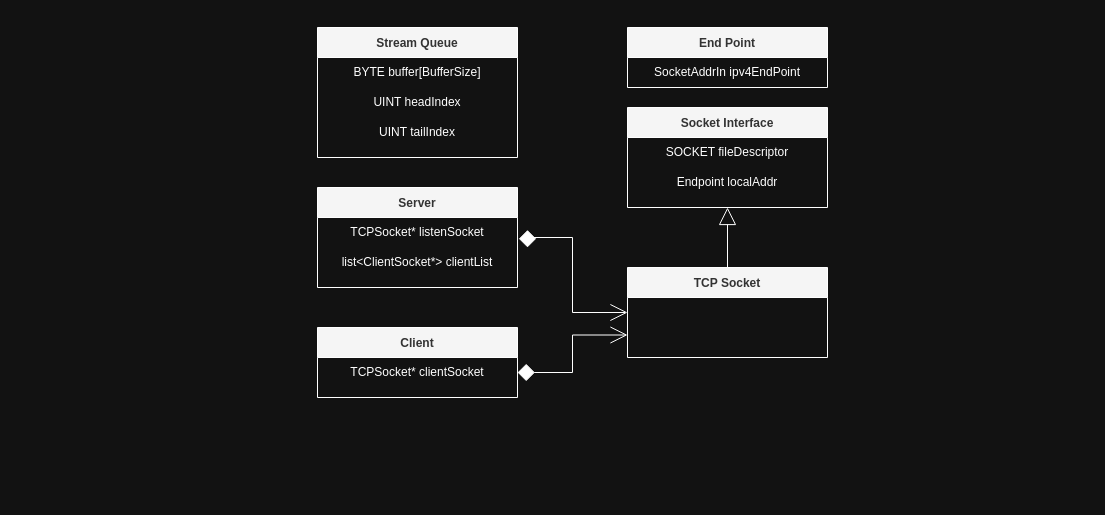
Above: Diagram.drawio in CrustPizza/ServerStudy (draw.io), before the change. Source tidied: cells renumbered, new cells numbered last; positions are measured from the earlier drawing's top-left corner, leaving out a move shared by most shapes. Both pictures are drawn from the tidied source at 100%, with x=0, y=0 at pixel (317, 27).
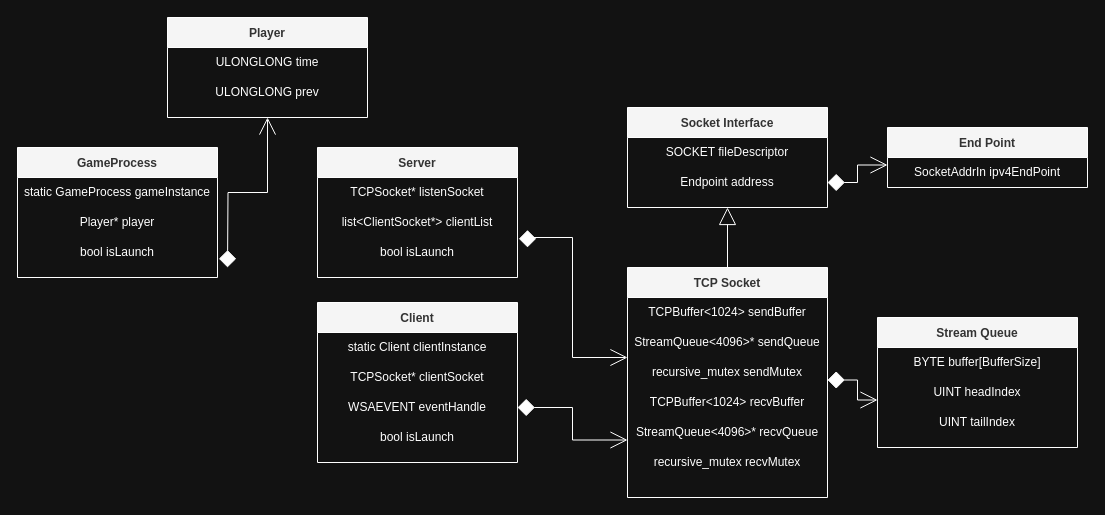
Above is the later version.

Commit message (it also covers changes not shown here):
Diagram, ReadMe 업데이트

The change refers to these unchanged cells:
```xml
<mxCell id="4" value="UINT headIndex" style="text;html=1;strokeColor=none;fillColor=none;align=center;verticalAlign=middle;whiteSpace=wrap;rounded=0;fontColor=#FFFFFF;" parent="2" vertex="1">
  <mxGeometry y="60" width="200" height="30" as="geometry" />
</mxCell>
<mxCell id="12" value="Socket Interface" style="swimlane;startSize=30;fillColor=#f5f5f5;strokeColor=#FFFFFF;fontColor=#333333;" parent="1" vertex="1">
  <mxGeometry x="310" y="80" width="200" height="100" as="geometry" />
</mxCell>
<mxCell id="16" value="SocketAddrIn ipv4EndPoint" style="text;html=1;strokeColor=none;fillColor=none;align=center;verticalAlign=middle;whiteSpace=wrap;rounded=0;fontColor=#FFFFFF;" parent="15" vertex="1">
  <mxGeometry y="30" width="200" height="30" as="geometry" />
</mxCell>
```

Change to the diagram source:
```diff
@@
     <mxCell id="2" value="Stream Queue" style="swimlane;startSize=30;fillColor=#f5f5f5;strokeColor=#FFFFFF;fontColor=#333333;labelBackgroundColor=none;" parent="1" vertex="1">
-      <mxGeometry width="200" height="130" as="geometry" />
+      <mxGeometry x="560" y="290" width="200" height="130" as="geometry" />
     </mxCell>
@@
-    <mxCell id="6" style="edgeStyle=orthogonalEdgeStyle;rounded=0;jettySize=auto;html=1;entryX=0;entryY=0.5;entryDx=0;entryDy=0;startArrow=diamond;startFill=1;endArrow=open;endFill=0;startSize=15;endSize=15;targetPerimeterSpacing=0;strokeWidth=1;labelBackgroundColor=#283618;strokeColor=#FFFFFF;fontColor=#FEFAE0;" parent="1" edge="1" target="11">
+    <mxCell id="6" style="edgeStyle=orthogonalEdgeStyle;rounded=0;jettySize=auto;html=1;entryX=0;entryY=1;entryDx=0;entryDy=0;startArrow=diamond;startFill=1;endArrow=open;endFill=0;startSize=15;endSize=15;targetPerimeterSpacing=0;strokeWidth=1;labelBackgroundColor=#283618;strokeColor=#FFFFFF;fontColor=#FEFAE0;" parent="1" edge="1" target="23">
       <mxGeometry relative="1" as="geometry">
         <mxPoint x="210" y="220" as="sourcePoint" />
         <Array as="points">
           <mxPoint x="210" y="210" />
           <mxPoint x="255" y="210" />
-          <mxPoint x="255" y="285" />
+          <mxPoint x="255" y="330" />
         </Array>
       </mxGeometry>
     </mxCell>
     <mxCell id="7" value="Server" style="swimlane;startSize=30;fillColor=#f5f5f5;strokeColor=#FFFFFF;fontColor=#333333;" parent="1" vertex="1">
-      <mxGeometry y="160" width="200" height="100" as="geometry" />
+      <mxGeometry y="120" width="200" height="130" as="geometry" />
     </mxCell>
@@
+    <mxCell id="20" value="bool isLaunch" style="text;html=1;strokeColor=none;fillColor=none;align=center;verticalAlign=middle;whiteSpace=wrap;rounded=0;fontColor=#FFFFFF;" parent="7" vertex="1">
+      <mxGeometry y="90" width="200" height="30" as="geometry" />
+    </mxCell>
@@
+    <mxCell id="21" style="edgeStyle=orthogonalEdgeStyle;rounded=0;jettySize=auto;html=1;exitX=1;exitY=0.75;exitDx=0;exitDy=0;entryX=0;entryY=0.75;entryDx=0;entryDy=0;fontColor=#FFFFFF;strokeColor=#FFFFFF;endSize=15;startSize=15;endArrow=open;endFill=0;startArrow=diamond;startFill=1;" parent="1" edge="1" source="24" target="4">
+      <mxGeometry relative="1" as="geometry">
+        <Array as="points">
+          <mxPoint x="540" y="353" />
+          <mxPoint x="540" y="373" />
+        </Array>
+      </mxGeometry>
+    </mxCell>
     <mxCell id="11" value="TCP Socket" style="swimlane;startSize=30;fillColor=#f5f5f5;strokeColor=#FFFFFF;fontColor=#333333;" parent="1" vertex="1">
-      <mxGeometry x="310" y="240" width="200" height="90" as="geometry" />
+      <mxGeometry x="310" y="240" width="200" height="230" as="geometry" />
     </mxCell>
+    <mxCell id="22" value="&lt;font color=&quot;#ffffff&quot;&gt;TCPBuffer&amp;lt;1024&amp;gt; sendBuffer&lt;/font&gt;" style="text;html=1;strokeColor=none;fillColor=none;align=center;verticalAlign=middle;whiteSpace=wrap;rounded=0;" parent="11" vertex="1">
+      <mxGeometry y="30" width="200" height="30" as="geometry" />
+    </mxCell>
+    <mxCell id="23" value="&lt;font color=&quot;#ffffff&quot;&gt;StreamQueue&amp;lt;4096&amp;gt;* sendQueue&lt;/font&gt;" style="text;html=1;strokeColor=none;fillColor=none;align=center;verticalAlign=middle;whiteSpace=wrap;rounded=0;" parent="11" vertex="1">
+      <mxGeometry y="60" width="200" height="30" as="geometry" />
+    </mxCell>
+    <mxCell id="24" value="&lt;font color=&quot;#ffffff&quot;&gt;recursive_mutex sendMutex&lt;/font&gt;" style="text;html=1;strokeColor=none;fillColor=none;align=center;verticalAlign=middle;whiteSpace=wrap;rounded=0;" parent="11" vertex="1">
+      <mxGeometry y="90" width="200" height="30" as="geometry" />
+    </mxCell>
+    <mxCell id="25" value="&lt;font color=&quot;#ffffff&quot;&gt;TCPBuffer&amp;lt;1024&amp;gt; recvBuffer&lt;/font&gt;" style="text;html=1;strokeColor=none;fillColor=none;align=center;verticalAlign=middle;whiteSpace=wrap;rounded=0;" parent="11" vertex="1">
+      <mxGeometry y="120" width="200" height="30" as="geometry" />
+    </mxCell>
+    <mxCell id="26" value="&lt;font color=&quot;#ffffff&quot;&gt;StreamQueue&amp;lt;4096&amp;gt;* recvQueue&lt;/font&gt;" style="text;html=1;strokeColor=none;fillColor=none;align=center;verticalAlign=middle;whiteSpace=wrap;rounded=0;" parent="11" vertex="1">
+      <mxGeometry y="150" width="200" height="30" as="geometry" />
+    </mxCell>
+    <mxCell id="27" value="&lt;font color=&quot;#ffffff&quot;&gt;recursive_mutex recvMutex&lt;/font&gt;" style="text;html=1;strokeColor=none;fillColor=none;align=center;verticalAlign=middle;whiteSpace=wrap;rounded=0;" parent="11" vertex="1">
+      <mxGeometry y="180" width="200" height="30" as="geometry" />
+    </mxCell>
+    <mxCell id="28" style="edgeStyle=orthogonalEdgeStyle;rounded=0;jettySize=auto;html=1;exitX=1;exitY=0.5;exitDx=0;exitDy=0;entryX=0;entryY=0.25;entryDx=0;entryDy=0;fontColor=#FFFFFF;startArrow=diamond;startFill=1;endArrow=open;endFill=0;startSize=15;endSize=15;strokeColor=#FFFFFF;" parent="1" edge="1" source="14" target="16">
+      <mxGeometry relative="1" as="geometry" />
+    </mxCell>
@@
-    <mxCell id="14" value="Endpoint localAddr" style="text;html=1;strokeColor=none;fillColor=none;align=center;verticalAlign=middle;whiteSpace=wrap;rounded=0;fontColor=#FFFFFF;" parent="12" vertex="1">
+    <mxCell id="14" value="Endpoint address" style="text;html=1;strokeColor=none;fillColor=none;align=center;verticalAlign=middle;whiteSpace=wrap;rounded=0;fontColor=#FFFFFF;" parent="12" vertex="1">
       <mxGeometry y="60" width="200" height="30" as="geometry" />
     </mxCell>
     <mxCell id="15" value="End Point" style="swimlane;startSize=30;fillColor=#f5f5f5;strokeColor=#FFFFFF;fontColor=#333333;" parent="1" vertex="1">
-      <mxGeometry x="310" width="200" height="60" as="geometry" />
+      <mxGeometry x="570" y="100" width="200" height="60" as="geometry" />
     </mxCell>
@@
-    <mxCell id="17" style="edgeStyle=orthogonalEdgeStyle;rounded=0;jettySize=auto;html=1;exitX=1;exitY=0.5;exitDx=0;exitDy=0;entryX=0;entryY=0.75;entryDx=0;entryDy=0;startArrow=diamond;startFill=1;endArrow=open;endFill=0;startSize=15;endSize=15;targetPerimeterSpacing=0;strokeWidth=1;labelBackgroundColor=#283618;strokeColor=#FFFFFF;fontColor=#FEFAE0;" parent="1" edge="1" source="19" target="11">
+    <mxCell id="17" style="edgeStyle=orthogonalEdgeStyle;rounded=0;jettySize=auto;html=1;exitX=1;exitY=0.5;exitDx=0;exitDy=0;entryX=0;entryY=0.75;entryDx=0;entryDy=0;startArrow=diamond;startFill=1;endArrow=open;endFill=0;startSize=15;endSize=15;targetPerimeterSpacing=0;strokeWidth=1;labelBackgroundColor=#283618;strokeColor=#FFFFFF;fontColor=#FEFAE0;" parent="1" edge="1" source="29" target="11">
       <mxGeometry relative="1" as="geometry" />
     </mxCell>
     <mxCell id="18" value="Client" style="swimlane;startSize=30;fillColor=#f5f5f5;strokeColor=#FFFFFF;fontColor=#333333;" parent="1" vertex="1">
-      <mxGeometry y="300" width="200" height="70" as="geometry" />
+      <mxGeometry y="275" width="200" height="160" as="geometry" />
     </mxCell>
-    <mxCell id="19" value="TCPSocket* clientSocket" style="text;html=1;strokeColor=none;fillColor=none;align=center;verticalAlign=middle;whiteSpace=wrap;rounded=0;fontColor=#FFFFFF;" parent="1" vertex="1">
-      <mxGeometry y="330" width="200" height="30" as="geometry" />
+    <mxCell id="19" value="TCPSocket* clientSocket" style="text;html=1;strokeColor=none;fillColor=none;align=center;verticalAlign=middle;whiteSpace=wrap;rounded=0;fontColor=#FFFFFF;" parent="18" vertex="1">
+      <mxGeometry y="60" width="200" height="30" as="geometry" />
     </mxCell>
+    <mxCell id="29" value="WSAEVENT eventHandle" style="text;html=1;strokeColor=none;fillColor=none;align=center;verticalAlign=middle;whiteSpace=wrap;rounded=0;fontColor=#FFFFFF;" parent="18" vertex="1">
+      <mxGeometry y="90" width="200" height="30" as="geometry" />
+    </mxCell>
+    <mxCell id="30" value="bool isLaunch" style="text;html=1;strokeColor=none;fillColor=none;align=center;verticalAlign=middle;whiteSpace=wrap;rounded=0;fontColor=#FFFFFF;" parent="18" vertex="1">
+      <mxGeometry y="120" width="200" height="30" as="geometry" />
+    </mxCell>
+    <mxCell id="31" value="static Client clientInstance" style="text;html=1;strokeColor=none;fillColor=none;align=center;verticalAlign=middle;whiteSpace=wrap;rounded=0;fontColor=#FFFFFF;" parent="18" vertex="1">
+      <mxGeometry y="30" width="200" height="30" as="geometry" />
+    </mxCell>
+    <mxCell id="32" style="edgeStyle=orthogonalEdgeStyle;rounded=0;jettySize=auto;html=1;entryX=0.5;entryY=1;entryDx=0;entryDy=0;fontColor=#FFFFFF;startArrow=diamond;startFill=1;endArrow=open;endFill=0;startSize=15;endSize=15;strokeColor=#FFFFFF;" parent="1" edge="1" target="37">
+      <mxGeometry relative="1" as="geometry">
+        <mxPoint x="-90" y="240" as="sourcePoint" />
+      </mxGeometry>
+    </mxCell>
+    <mxCell id="33" value="GameProcess" style="swimlane;startSize=30;fillColor=#f5f5f5;strokeColor=#FFFFFF;fontColor=#333333;" parent="1" vertex="1">
+      <mxGeometry x="-300" y="120" width="200" height="130" as="geometry" />
+    </mxCell>
+    <mxCell id="34" value="Player* player" style="text;html=1;strokeColor=none;fillColor=none;align=center;verticalAlign=middle;whiteSpace=wrap;rounded=0;fontColor=#FFFFFF;" parent="33" vertex="1">
+      <mxGeometry y="60" width="200" height="30" as="geometry" />
+    </mxCell>
+    <mxCell id="35" value="bool isLaunch" style="text;html=1;strokeColor=none;fillColor=none;align=center;verticalAlign=middle;whiteSpace=wrap;rounded=0;fontColor=#FFFFFF;" parent="33" vertex="1">
+      <mxGeometry y="90" width="200" height="30" as="geometry" />
+    </mxCell>
+    <mxCell id="36" value="static GameProcess gameInstance" style="text;html=1;strokeColor=none;fillColor=none;align=center;verticalAlign=middle;whiteSpace=wrap;rounded=0;fontColor=#FFFFFF;" parent="33" vertex="1">
+      <mxGeometry y="30" width="200" height="30" as="geometry" />
+    </mxCell>
+    <mxCell id="37" value="Player" style="swimlane;startSize=30;fillColor=#f5f5f5;strokeColor=#FFFFFF;fontColor=#333333;" parent="1" vertex="1">
+      <mxGeometry x="-150" y="-10" width="200" height="100" as="geometry" />
+    </mxCell>
+    <mxCell id="38" value="ULONGLONG prev" style="text;html=1;strokeColor=none;fillColor=none;align=center;verticalAlign=middle;whiteSpace=wrap;rounded=0;fontColor=#FFFFFF;" parent="37" vertex="1">
+      <mxGeometry y="60" width="200" height="30" as="geometry" />
+    </mxCell>
+    <mxCell id="39" value="ULONGLONG time" style="text;html=1;strokeColor=none;fillColor=none;align=center;verticalAlign=middle;whiteSpace=wrap;rounded=0;fontColor=#FFFFFF;" parent="37" vertex="1">
+      <mxGeometry y="30" width="200" height="30" as="geometry" />
+    </mxCell>
```
